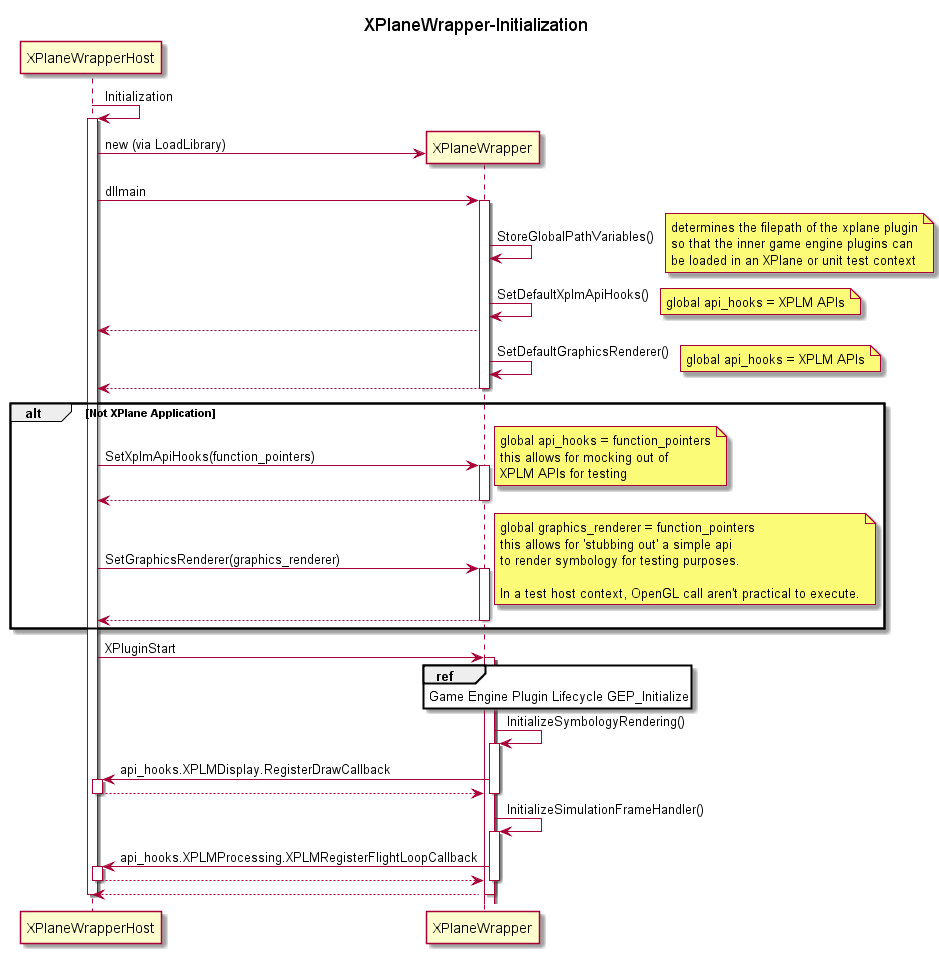
stevostj/Sandbox keeps this PlantUML diagram as GameEnginePlugin/Docs/XPlaneWrapper-Initialization.png. Above is the earlier version. Its diagram source:
```plantuml
@startuml

title "XPlaneWrapper-Initialization"

participant "XPlaneWrapperHost" as XPWH

XPWH -> XPWH: Initialization
activate XPWH

create participant "XPlaneWrapper" as XPW
XPWH -> XPW: new (via LoadLibrary)
XPWH -> XPW: dllmain
activate XPW
XPW -> XPW: StoreGlobalPathVariables()
note right
determines the filepath of the xplane plugin
so that the inner game engine plugins can
be loaded in an XPlane or unit test context
end note
XPW -> XPW: SetDefaultXplmApiHooks()
note right
global api_hooks = XPLM APIs
end note
XPW --> XPWH

XPW -> XPW: SetDefaultGraphicsRenderer()
note right
global api_hooks = XPLM APIs
end note
XPW --> XPWH

deactivate XPW

alt Not XPlane Application
XPWH -> XPW: SetXplmApiHooks(function_pointers)
note right
global api_hooks = function_pointers
this allows for mocking out of
XPLM APIs for testing
end note
activate XPW
XPW --> XPWH
deactivate XPW

XPWH -> XPW: SetGraphicsRenderer(graphics_renderer)
note right
global graphics_renderer = function_pointers
this allows for 'stubbing out' a simple api
to render symbology for testing purposes.

In a test host context, OpenGL call aren't practical to execute.
end note
activate XPW
XPW --> XPWH
deactivate XPW
end

XPWH -> XPW: XPluginStart
activate XPW
ref over XPW
Game Engine Plugin Lifecycle GEP_Initialize
end ref

activate XPW
XPW -> XPW: InitializeSymbologyRendering()
activate XPW
XPW -> XPWH: api_hooks.XPLMDisplay.RegisterDrawCallback
activate XPWH
XPWH --> XPW
deactivate XPWH
deactivate XPW

XPW -> XPW: InitializeSimulationFrameHandler()
activate XPW
XPW -> XPWH: api_hooks.XPLMProcessing.XPLMRegisterFlightLoopCallback
activate XPWH
XPWH --> XPW
deactivate XPWH
deactivate XPW

XPW --> XPWH
deactivate XPW



deactivate XPWH


@enduml
```
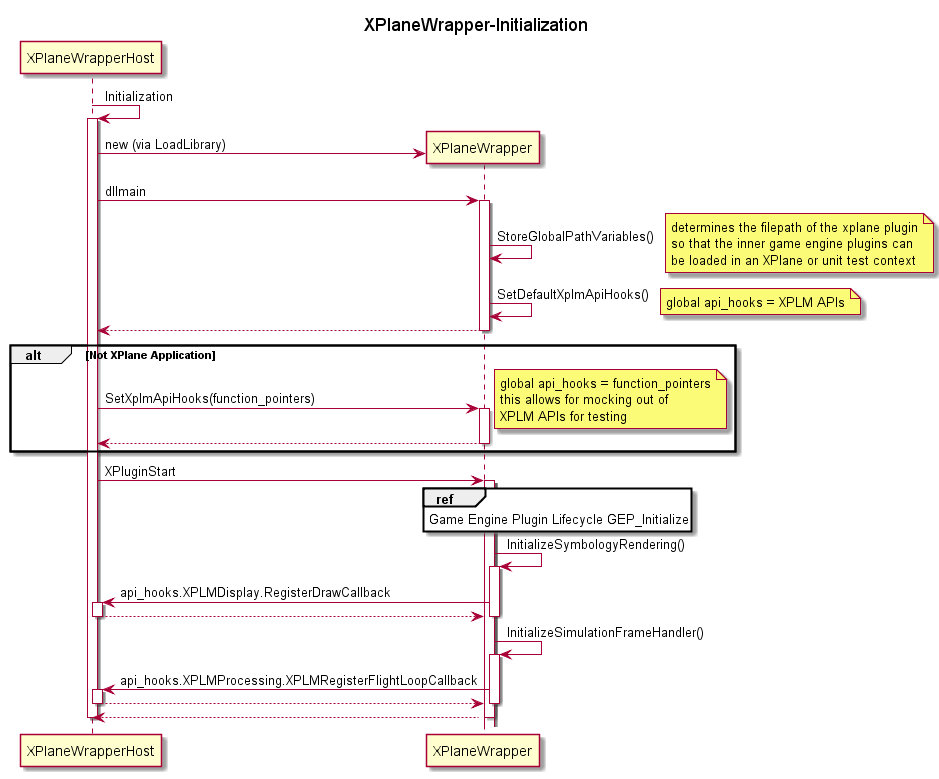
Later version of the same file.

Diff of the diagram source:
```diff
@@ -23,15 +23,10 @@
 end note
 XPW --> XPWH
 
-XPW -> XPW: SetDefaultGraphicsRenderer()
-note right
-global api_hooks = XPLM APIs
-end note
-XPW --> XPWH
-
 deactivate XPW
 
 alt Not XPlane Application
+
 XPWH -> XPW: SetXplmApiHooks(function_pointers)
 note right
 global api_hooks = function_pointers
@@ -42,17 +37,6 @@
 XPW --> XPWH
 deactivate XPW
 
-XPWH -> XPW: SetGraphicsRenderer(graphics_renderer)
-note right
-global graphics_renderer = function_pointers
-this allows for 'stubbing out' a simple api
-to render symbology for testing purposes.
-
-In a test host context, OpenGL call aren't practical to execute.
-end note
-activate XPW
-XPW --> XPWH
-deactivate XPW
 end
 
 XPWH -> XPW: XPluginStart
```
